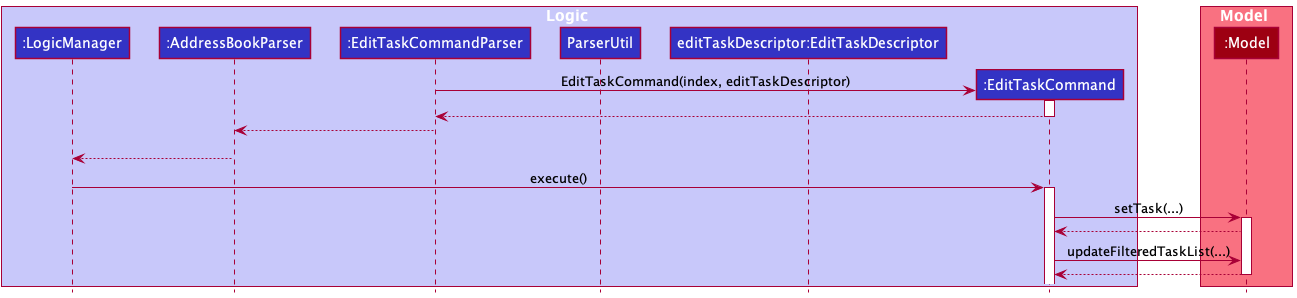
Before: docs/images/EditTaskDiagram/EditTaskSequenceDiagramState2.png, a diagram exported from PlantUML (snss231/tp). Source of this version:
```plantuml
@startuml
!include style.puml

box Logic LOGIC_COLOR_T1
participant ":LogicManager" as LogicManager LOGIC_COLOR
participant ":AddressBookParser" as AddressBookParser LOGIC_COLOR
participant ":EditTaskCommandParser" as EditTaskCommandParser LOGIC_COLOR
participant "ParserUtil" as ParserUtil LOGIC_COLOR
participant "editTaskDescriptor:EditTaskDescriptor" as EditTaskDescriptor LOGIC_COLOR
participant ":EditTaskCommand" as EditTaskCommand LOGIC_COLOR
end box

box Model MODEL_COLOR_T1
participant ":Model" as Model MODEL_COLOR
end box
create EditTaskCommand
EditTaskCommandParser -> EditTaskCommand : EditTaskCommand(index, editTaskDescriptor)
activate EditTaskCommand

EditTaskCommand --> EditTaskCommandParser
deactivate EditTaskCommand

EditTaskCommandParser --> AddressBookParser
deactivate EditTaskCommandParser
EditTaskCommandParser -[hidden]-> AddressBookParser

AddressBookParser --> LogicManager
deactivate AddressBookParser

LogicManager -> EditTaskCommand : execute()
activate EditTaskCommand

EditTaskCommand -> Model : setTask(...)
activate Model

Model --> EditTaskCommand
EditTaskCommand -> Model : updateFilteredTaskList(...)
Model --> EditTaskCommand
deactivate Model



@enduml
```
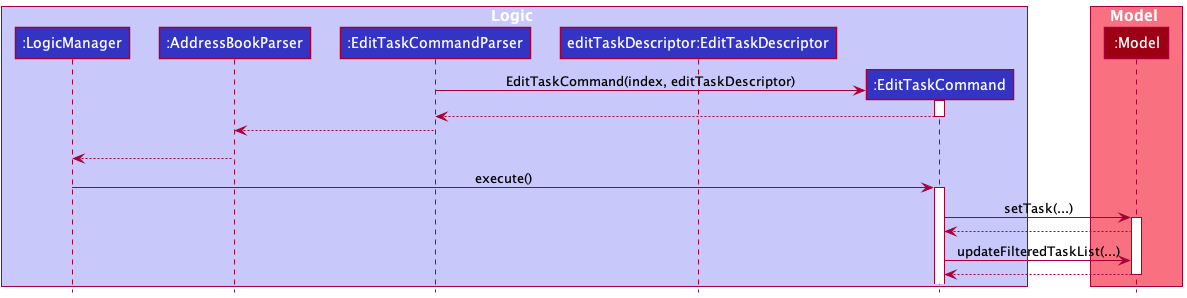
Later version of the same file.

Change to the diagram source:
```diff
@@ -5,7 +5,6 @@
 participant ":LogicManager" as LogicManager LOGIC_COLOR
 participant ":AddressBookParser" as AddressBookParser LOGIC_COLOR
 participant ":EditTaskCommandParser" as EditTaskCommandParser LOGIC_COLOR
-participant "ParserUtil" as ParserUtil LOGIC_COLOR
 participant "editTaskDescriptor:EditTaskDescriptor" as EditTaskDescriptor LOGIC_COLOR
 participant ":EditTaskCommand" as EditTaskCommand LOGIC_COLOR
 end box
@@ -13,6 +12,8 @@
 box Model MODEL_COLOR_T1
 participant ":Model" as Model MODEL_COLOR
 end box
+
+
 create EditTaskCommand
 EditTaskCommandParser -> EditTaskCommand : EditTaskCommand(index, editTaskDescriptor)
 activate EditTaskCommand
@@ -37,7 +38,4 @@
 EditTaskCommand -> Model : updateFilteredTaskList(...)
 Model --> EditTaskCommand
 deactivate Model
-
-
-
 @enduml
```
